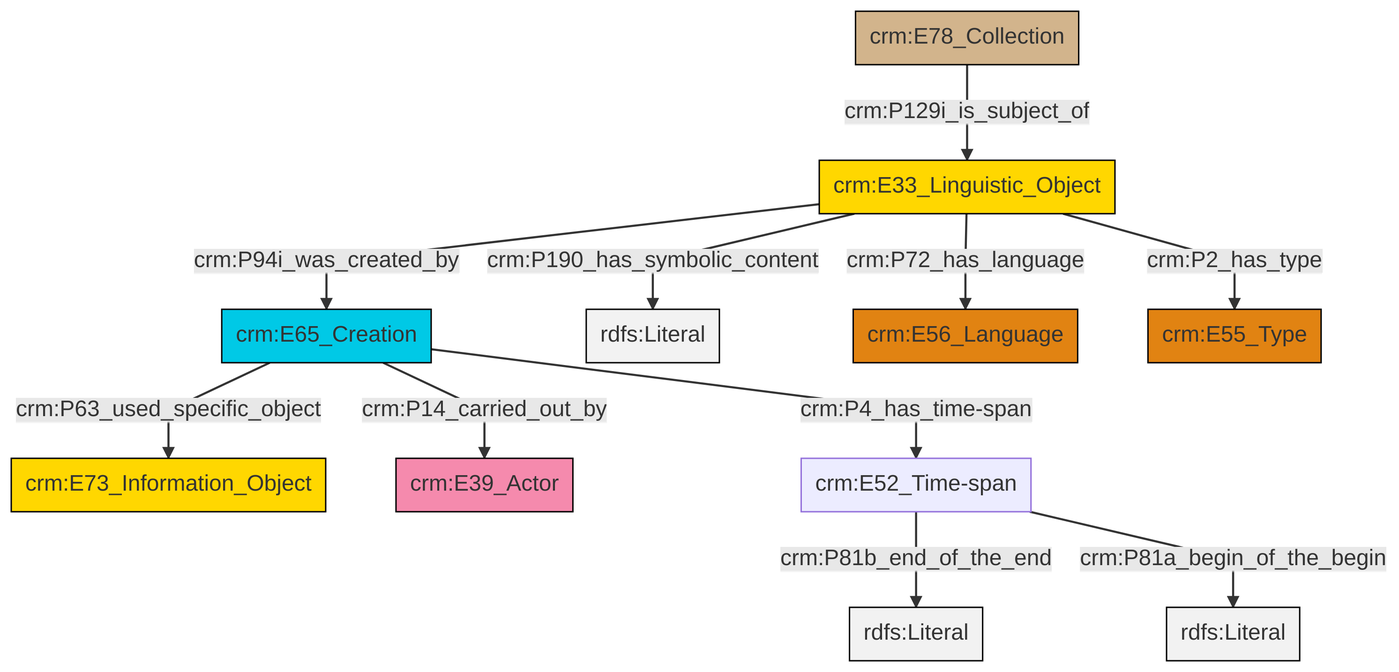
This is et/archivalCSV/ttl/mmd/png/archival_desc.png from swiss-art-research-net/docs.swissartresearch, a Mermaid export, as it was before one commit. Its source is kept beside it as et/archivalCSV/ttl/mmd/archival_desc.ttl.mmd.
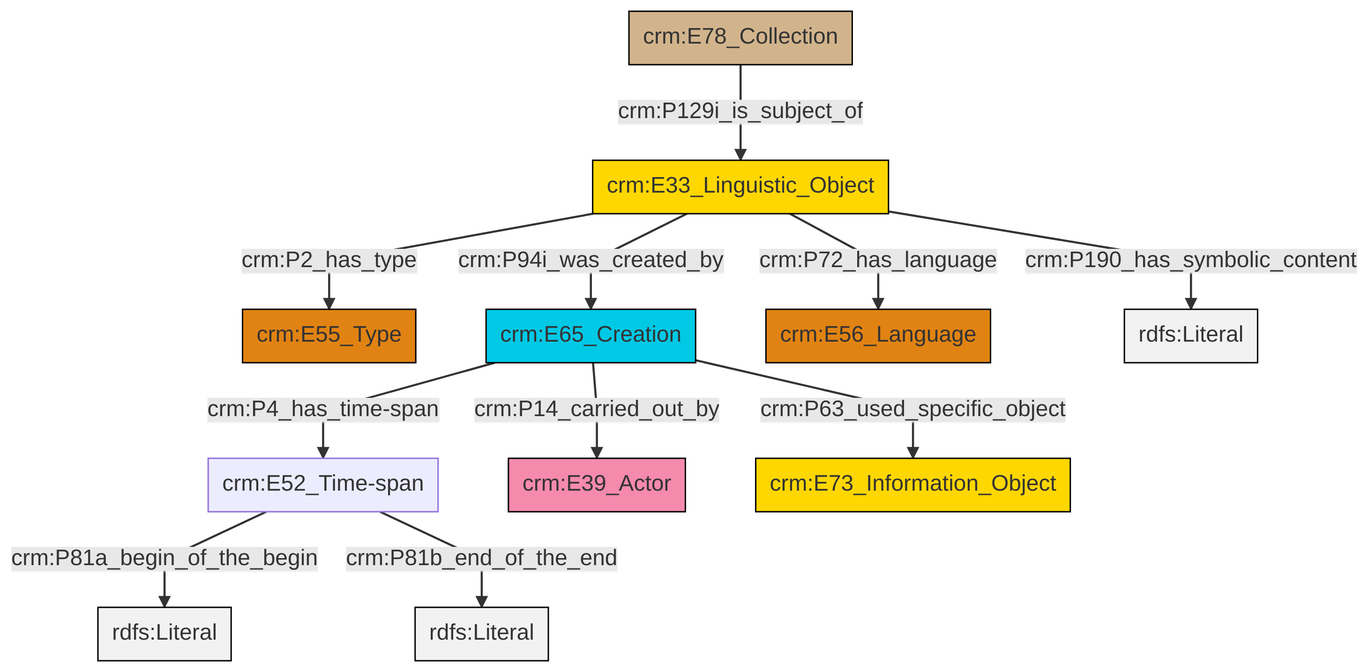
Later version of the same file.

Change to the diagram source:
```diff
@@ -13,13 +13,13 @@
 classDef PC_Classes fill:#4ce600, stroke:#000000;
 classDef Multi fill:#cccccc,stroke:#000000;
 
-0["crm:E65_Creation"]:::Temporal_Entity -->|crm:P63_used_specific_object| 1["crm:E73_Information_Object"]:::Conceptual_Object
-2["crm:E33_Linguistic_Object"]:::Conceptual_Object -->|crm:P190_has_symbolic_content| 3[rdfs:Literal]:::Literal
-0["crm:E65_Creation"]:::Temporal_Entity -->|crm:P14_carried_out_by| 4["crm:E39_Actor"]:::Actor
-2["crm:E33_Linguistic_Object"]:::Conceptual_Object -->|crm:P72_has_language| 6["crm:E56_Language"]:::Type
-7["crm:E78_Collection"]:::Physical_Thing -->|crm:P129i_is_subject_of| 2["crm:E33_Linguistic_Object"]:::Conceptual_Object
-13["crm:E52_Time-span"]:::Default -->|crm:P81b_end_of_the_end| 14[rdfs:Literal]:::Literal
-0["crm:E65_Creation"]:::Temporal_Entity -->|crm:P4_has_time-span| 13["crm:E52_Time-span"]:::Default
-2["crm:E33_Linguistic_Object"]:::Conceptual_Object -->|crm:P94i_was_created_by| 0["crm:E65_Creation"]:::Temporal_Entity
-2["crm:E33_Linguistic_Object"]:::Conceptual_Object -->|crm:P2_has_type| 16["crm:E55_Type"]:::Type
-13["crm:E52_Time-span"]:::Default -->|crm:P81a_begin_of_the_begin| 18[rdfs:Literal]:::Literal
+4["crm:E78_Collection"]:::Physical_Thing -->|crm:P129i_is_subject_of| 0["crm:E33_Linguistic_Object"]:::Conceptual_Object
+5["crm:E52_Time-span"]:::Default -->|crm:P81a_begin_of_the_begin| 6[rdfs:Literal]:::Literal
+9["crm:E65_Creation"]:::Temporal_Entity -->|crm:P63_used_specific_object| 10["crm:E73_Information_Object"]:::Conceptual_Object
+0["crm:E33_Linguistic_Object"]:::Conceptual_Object -->|crm:P72_has_language| 12["crm:E56_Language"]:::Type
+5["crm:E52_Time-span"]:::Default -->|crm:P81b_end_of_the_end| 14[rdfs:Literal]:::Literal
+0["crm:E33_Linguistic_Object"]:::Conceptual_Object -->|crm:P2_has_type| 2["crm:E55_Type"]:::Type
+0["crm:E33_Linguistic_Object"]:::Conceptual_Object -->|crm:P94i_was_created_by| 9["crm:E65_Creation"]:::Temporal_Entity
+9["crm:E65_Creation"]:::Temporal_Entity -->|crm:P4_has_time-span| 5["crm:E52_Time-span"]:::Default
+0["crm:E33_Linguistic_Object"]:::Conceptual_Object -->|crm:P190_has_symbolic_content| 17[rdfs:Literal]:::Literal
+9["crm:E65_Creation"]:::Temporal_Entity -->|crm:P14_carried_out_by| 7["crm:E39_Actor"]:::Actor
```
